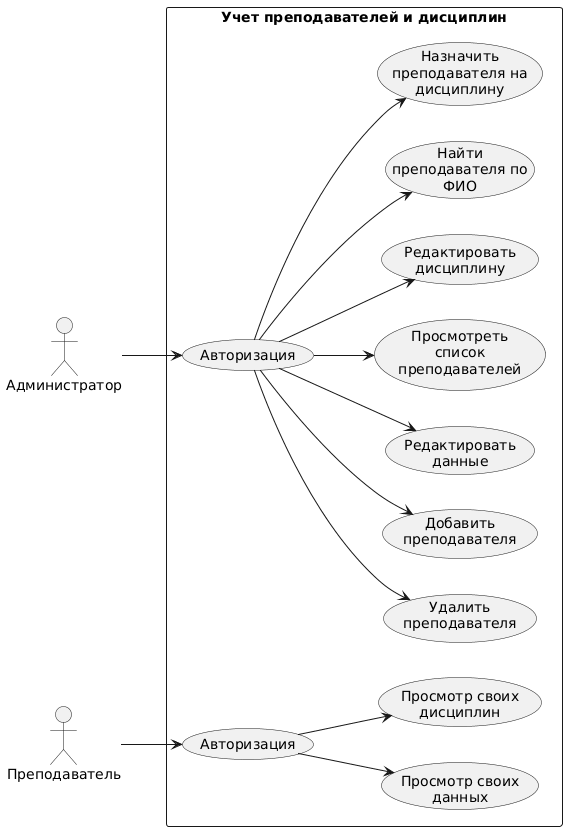
The PlantUML diagram docs/diagrams/use_case.png in retttox/MyProject, before a commit.
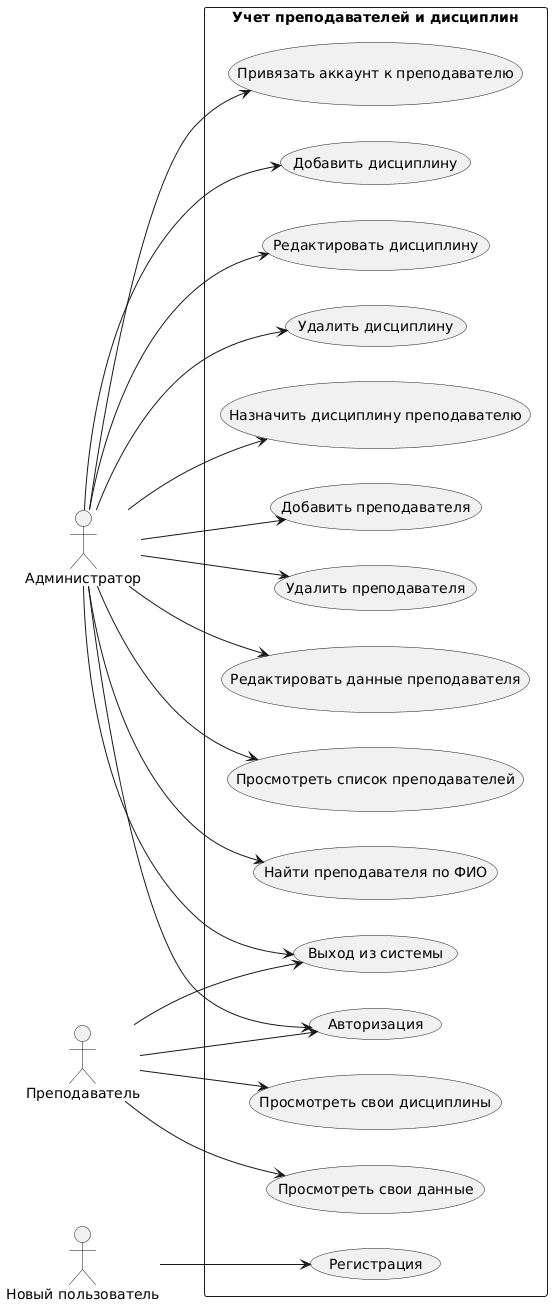
The same diagram one commit later.

Change to the diagram source:
```diff
@@ -4,33 +4,49 @@
 
 actor "Администратор" as Admin
 actor "Преподаватель" as Teacher
+actor "Новый пользователь" as User
 
 package "Учет преподавателей и дисциплин" {
-    usecase "Авторизация" as UC_AuthAdmin
-    usecase "Авторизация" as UC_AuthTeacher
 
-    usecase "Удалить\nпреподавателя" as UC_Delete
-    usecase "Добавить\nпреподавателя" as UC_Add
-    usecase "Редактировать\nданные" as UC_EditData
-    usecase "Просмотреть\nсписок\nпреподавателей" as UC_ViewList
-    usecase "Редактировать\nдисциплину" as UC_EditDiscipline
-    usecase "Найти\nпреподавателя по\nФИО" as UC_Find
-    usecase "Назначить\nпреподавателя на\nдисциплину" as UC_Assign
+    usecase "Авторизация" as UC_Auth
+    usecase "Регистрация" as UC_Register
+    usecase "Выход из системы" as UC_Logout
 
-    usecase "Просмотр своих\nданных" as UC_ViewOwnData
-    usecase "Просмотр своих\nдисциплин" as UC_ViewOwnDisciplines
+    usecase "Добавить преподавателя" as UC_Add
+    usecase "Удалить преподавателя" as UC_Delete
+    usecase "Редактировать данные преподавателя" as UC_Edit
+    usecase "Просмотреть список преподавателей" as UC_View
+    usecase "Найти преподавателя по ФИО" as UC_Find
+    usecase "Привязать аккаунт к преподавателю" as UC_Link
+
+    usecase "Добавить дисциплину" as UC_AddDisc
+    usecase "Редактировать дисциплину" as UC_EditDisc
+    usecase "Удалить дисциплину" as UC_DeleteDisc
+    usecase "Назначить дисциплину преподавателю" as UC_Assign
+
+    usecase "Просмотреть свои данные" as UC_ViewOwn
+    usecase "Просмотреть свои дисциплины" as UC_ViewDisc
 }
 
-Admin --> UC_AuthAdmin
-UC_AuthAdmin --> UC_Delete
-UC_AuthAdmin --> UC_Add
-UC_AuthAdmin --> UC_EditData
-UC_AuthAdmin --> UC_ViewList
-UC_AuthAdmin --> UC_EditDiscipline
-UC_AuthAdmin --> UC_Find
-UC_AuthAdmin --> UC_Assign
+User --> UC_Register
+Admin --> UC_Auth
+Teacher --> UC_Auth
 
-Teacher --> UC_AuthTeacher
-UC_AuthTeacher --> UC_ViewOwnData
-UC_AuthTeacher --> UC_ViewOwnDisciplines
+Admin --> UC_Logout
+Teacher --> UC_Logout
+
+Admin --> UC_Add
+Admin --> UC_Delete
+Admin --> UC_Edit
+Admin --> UC_View
+Admin --> UC_Find
+Admin --> UC_Link
+
+Admin --> UC_AddDisc
+Admin --> UC_EditDisc
+Admin --> UC_DeleteDisc
+Admin --> UC_Assign
+
+Teacher --> UC_ViewOwn
+Teacher --> UC_ViewDisc
 @enduml
```
